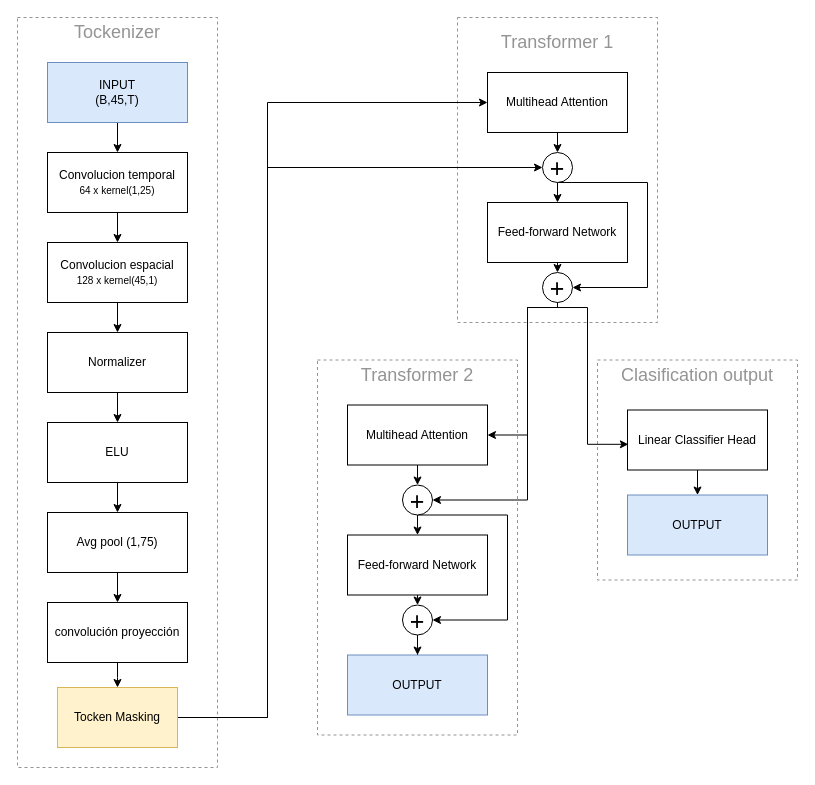
The draw.io diagram Memoria/Diagramas drawIO/Training-Modelo.drawio in J0RGITO-SA3Z/TFG-BCI, before the edit. Source tidied: cells renumbered, new cells numbered last; positions are measured from the earlier drawing's top-left corner, leaving out a move shared by most shapes. Both pictures are drawn from the tidied source at 100%, with x=0, y=0 at pixel (17, 17).
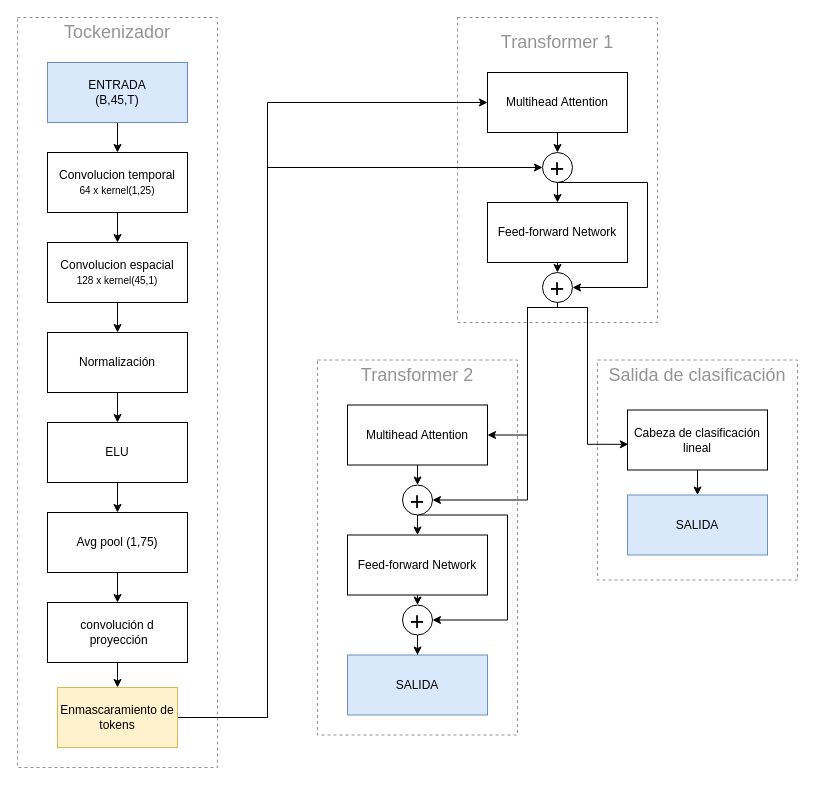
After the change.

Commit message (it also covers changes not shown here):
traducción esquemas

The edit, as a diff of the source:
```diff
@@
-    <mxCell id="10" value="Normalizer" style="whiteSpace=wrap;html=1;" parent="1" vertex="1">
+    <mxCell id="10" value="Normalización" style="whiteSpace=wrap;html=1;" parent="1" vertex="1">
       <mxGeometry x="30" y="315" width="140" height="60" as="geometry" />
     </mxCell>
@@
-    <mxCell id="16" value="convolución proyección" style="whiteSpace=wrap;html=1;" parent="1" vertex="1">
+    <mxCell id="16" value="convolución d&lt;br&gt;&amp;nbsp;proyección" style="whiteSpace=wrap;html=1;" parent="1" vertex="1">
       <mxGeometry x="30" y="585" width="140" height="60" as="geometry" />
     </mxCell>
@@
-    <mxCell id="19" value="&lt;font style=&quot;font-size: 18px; color: rgb(148, 148, 148);&quot;&gt;Tockenizer&lt;/font&gt;" style="text;html=1;whiteSpace=wrap;strokeColor=none;fillColor=none;align=center;verticalAlign=middle;rounded=0;" parent="1" vertex="1">
+    <mxCell id="19" value="&lt;font style=&quot;font-size: 18px; color: rgb(148, 148, 148);&quot;&gt;Tockenizador&lt;/font&gt;" style="text;html=1;whiteSpace=wrap;strokeColor=none;fillColor=none;align=center;verticalAlign=middle;rounded=0;" parent="1" vertex="1">
       <mxGeometry x="35" width="130" height="30" as="geometry" />
     </mxCell>
@@
-    <mxCell id="30" value="Linear Classifier Head" style="whiteSpace=wrap;html=1;" parent="1" vertex="1">
+    <mxCell id="30" value="Cabeza de clasificación&lt;br&gt;lineal" style="whiteSpace=wrap;html=1;" parent="1" vertex="1">
       <mxGeometry x="610" y="392.5" width="140" height="60" as="geometry" />
     </mxCell>
-    <mxCell id="31" value="OUTPUT" style="whiteSpace=wrap;html=1;fillColor=#dae8fc;strokeColor=#6c8ebf;" parent="1" vertex="1">
+    <mxCell id="31" value="SALIDA" style="whiteSpace=wrap;html=1;fillColor=#dae8fc;strokeColor=#6c8ebf;" parent="1" vertex="1">
       <mxGeometry x="610" y="477.5" width="140" height="60" as="geometry" />
     </mxCell>
@@
-    <mxCell id="33" value="INPUT&lt;br&gt;(B,45,T)" style="whiteSpace=wrap;html=1;fillColor=#dae8fc;strokeColor=#6c8ebf;" parent="1" vertex="1">
+    <mxCell id="33" value="ENTRADA&lt;br&gt;(B,45,T)" style="whiteSpace=wrap;html=1;fillColor=#dae8fc;strokeColor=#6c8ebf;" parent="1" vertex="1">
       <mxGeometry x="30" y="45" width="140" height="60" as="geometry" />
     </mxCell>
-    <mxCell id="34" value="&lt;font color=&quot;#949494&quot;&gt;&lt;span style=&quot;font-size: 18px;&quot;&gt;Clasification output&lt;/span&gt;&lt;/font&gt;" style="text;html=1;whiteSpace=wrap;strokeColor=none;fillColor=none;align=center;verticalAlign=middle;rounded=0;" parent="1" vertex="1">
-      <mxGeometry x="600" y="342.5" width="160" height="30" as="geometry" />
+    <mxCell id="34" value="&lt;font color=&quot;#949494&quot;&gt;&lt;span style=&quot;font-size: 18px;&quot;&gt;Salida de clasificación&lt;/span&gt;&lt;/font&gt;" style="text;html=1;whiteSpace=wrap;strokeColor=none;fillColor=none;align=center;verticalAlign=middle;rounded=0;" parent="1" vertex="1">
+      <mxGeometry x="590" y="342.5" width="180" height="30" as="geometry" />
     </mxCell>
@@
-    <mxCell id="48" value="Tocken Masking" style="rounded=0;whiteSpace=wrap;html=1;fillColor=#fff2cc;strokeColor=#d6b656;" parent="1" vertex="1">
+    <mxCell id="48" value="Enmascaramiento de&lt;br&gt;tokens" style="rounded=0;whiteSpace=wrap;html=1;fillColor=#fff2cc;strokeColor=#d6b656;" parent="1" vertex="1">
       <mxGeometry x="40" y="670" width="120" height="60" as="geometry" />
     </mxCell>
-    <mxCell id="49" value="OUTPUT" style="whiteSpace=wrap;html=1;fillColor=#dae8fc;strokeColor=#6c8ebf;" parent="1" vertex="1">
+    <mxCell id="49" value="SALIDA" style="whiteSpace=wrap;html=1;fillColor=#dae8fc;strokeColor=#6c8ebf;" parent="1" vertex="1">
       <mxGeometry x="330" y="637.5" width="140" height="60" as="geometry" />
     </mxCell>
```
